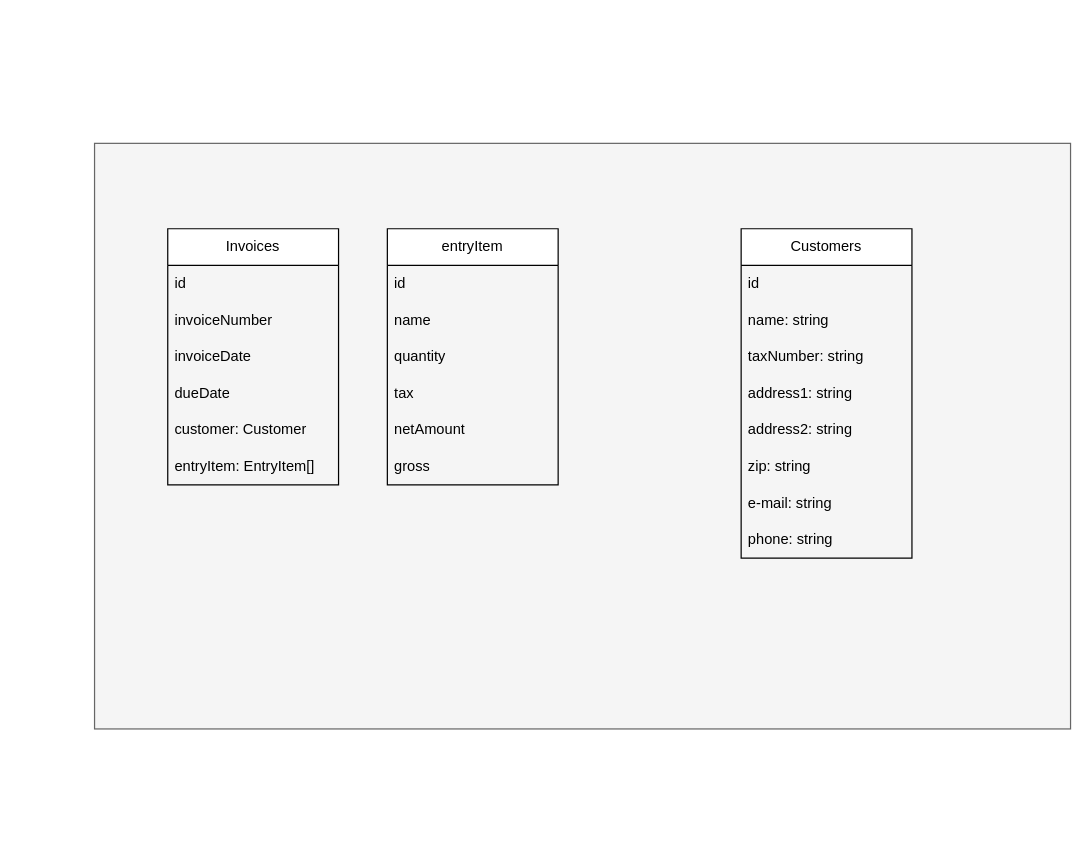
Earlier version of the draw.io diagram Efaktury24.drawio (terabajt/invoices2). Source tidied: cells renumbered, new cells numbered last; positions are measured from the earlier drawing's top-left corner, leaving out a move shared by most shapes. Both pictures are drawn from the tidied source at 122%, with x=0, y=0 at pixel (94, 143).
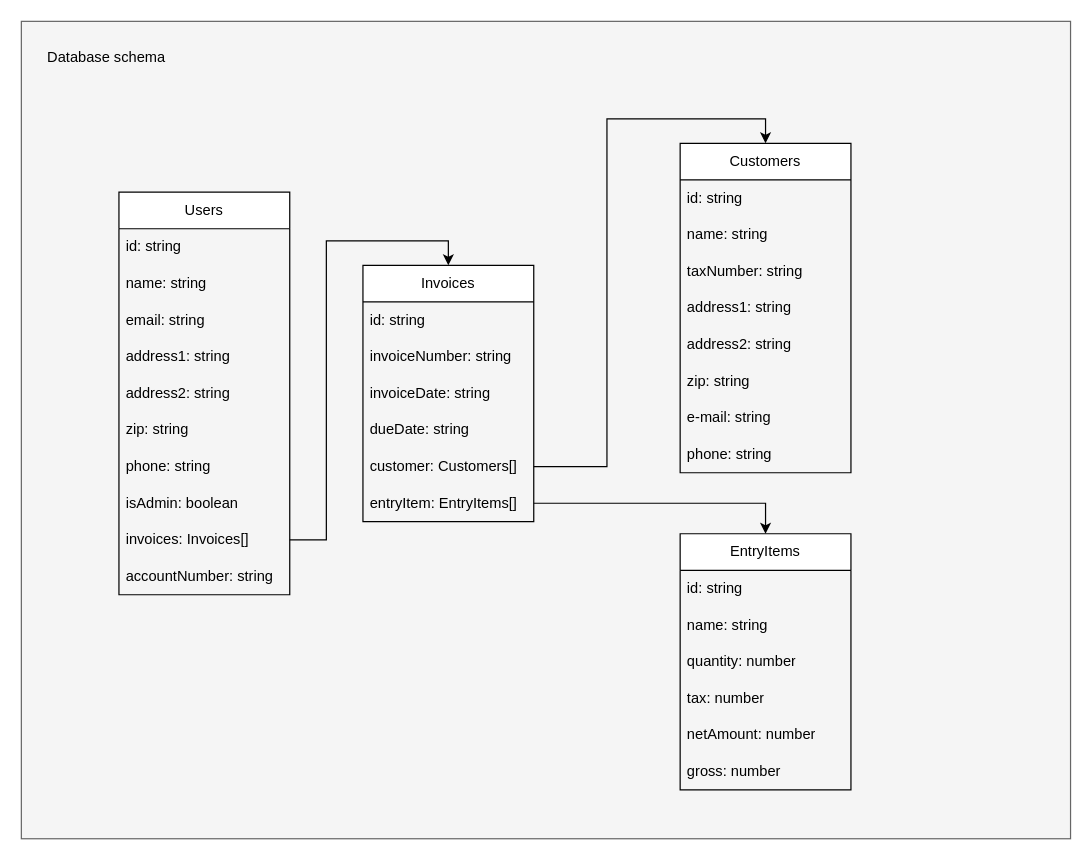
After the change.

Diff of the diagram source:
```diff
@@
     <mxCell id="2" style="rounded=0;whiteSpace=wrap;html=1;fillColor=#f5f5f5;strokeColor=#666666;fontColor=#333333;" parent="1" vertex="1">
-      <mxGeometry width="800" height="480" as="geometry" />
+      <mxGeometry x="-60" y="-100" width="860" height="670" as="geometry" />
     </mxCell>
     <mxCell id="3" value="Invoices" style="swimlane;fontStyle=0;horizontal=1;startSize=30;whiteSpace=wrap;html=1;" parent="1" vertex="1">
-      <mxGeometry x="60" y="70" width="140" height="210" as="geometry" />
+      <mxGeometry x="220" y="100" width="140" height="210" as="geometry" />
     </mxCell>
-    <mxCell id="4" value="id" style="text;strokeColor=none;fillColor=none;align=left;verticalAlign=middle;spacingLeft=4;spacingRight=4;overflow=hidden;whiteSpace=wrap;html=1;" parent="3" vertex="1">
+    <mxCell id="4" value="id: string" style="text;strokeColor=none;fillColor=none;align=left;verticalAlign=middle;spacingLeft=4;spacingRight=4;overflow=hidden;whiteSpace=wrap;html=1;" parent="3" vertex="1">
       <mxGeometry y="30" width="140" height="30" as="geometry" />
     </mxCell>
-    <mxCell id="5" value="invoiceNumber" style="text;strokeColor=none;fillColor=none;align=left;verticalAlign=middle;spacingLeft=4;spacingRight=4;overflow=hidden;whiteSpace=wrap;html=1;" parent="3" vertex="1">
+    <mxCell id="5" value="invoiceNumber: string" style="text;strokeColor=none;fillColor=none;align=left;verticalAlign=middle;spacingLeft=4;spacingRight=4;overflow=hidden;whiteSpace=wrap;html=1;" parent="3" vertex="1">
       <mxGeometry y="60" width="140" height="30" as="geometry" />
     </mxCell>
-    <mxCell id="6" value="invoiceDate" style="text;strokeColor=none;fillColor=none;align=left;verticalAlign=middle;spacingLeft=4;spacingRight=4;overflow=hidden;whiteSpace=wrap;html=1;" parent="3" vertex="1">
+    <mxCell id="6" value="invoiceDate: string" style="text;strokeColor=none;fillColor=none;align=left;verticalAlign=middle;spacingLeft=4;spacingRight=4;overflow=hidden;whiteSpace=wrap;html=1;" parent="3" vertex="1">
       <mxGeometry y="90" width="140" height="30" as="geometry" />
     </mxCell>
-    <mxCell id="7" value="dueDate" style="text;strokeColor=none;fillColor=none;align=left;verticalAlign=middle;spacingLeft=4;spacingRight=4;overflow=hidden;whiteSpace=wrap;html=1;" parent="3" vertex="1">
+    <mxCell id="7" value="dueDate: string" style="text;strokeColor=none;fillColor=none;align=left;verticalAlign=middle;spacingLeft=4;spacingRight=4;overflow=hidden;whiteSpace=wrap;html=1;" parent="3" vertex="1">
       <mxGeometry y="120" width="140" height="30" as="geometry" />
     </mxCell>
-    <mxCell id="8" value="customer: Customer" style="text;strokeColor=none;fillColor=none;align=left;verticalAlign=middle;spacingLeft=4;spacingRight=4;overflow=hidden;points=[[0,0.5],[1,0.5]];portConstraint=eastwest;whiteSpace=wrap;html=1;" parent="3" vertex="1">
+    <mxCell id="8" value="customer: Customers[]" style="text;strokeColor=none;fillColor=none;align=left;verticalAlign=middle;spacingLeft=4;spacingRight=4;overflow=hidden;points=[[0,0.5],[1,0.5]];portConstraint=eastwest;whiteSpace=wrap;html=1;" parent="3" vertex="1">
       <mxGeometry y="150" width="140" height="30" as="geometry" />
     </mxCell>
-    <mxCell id="9" value="entryItem: EntryItem[]" style="text;strokeColor=none;fillColor=none;align=left;verticalAlign=middle;spacingLeft=4;spacingRight=4;overflow=hidden;points=[[0,0.5],[1,0.5]];portConstraint=eastwest;whiteSpace=wrap;html=1;" parent="3" vertex="1">
+    <mxCell id="9" value="entryItem: EntryItems[]" style="text;strokeColor=none;fillColor=none;align=left;verticalAlign=middle;spacingLeft=4;spacingRight=4;overflow=hidden;points=[[0,0.5],[1,0.5]];portConstraint=eastwest;whiteSpace=wrap;html=1;" parent="3" vertex="1">
       <mxGeometry y="180" width="140" height="30" as="geometry" />
     </mxCell>
     <mxCell id="10" value="Customers" style="swimlane;fontStyle=0;horizontal=1;startSize=30;whiteSpace=wrap;html=1;" parent="1" vertex="1">
-      <mxGeometry x="530" y="70" width="140" height="270" as="geometry" />
+      <mxGeometry x="480" width="140" height="270" as="geometry" />
     </mxCell>
-    <mxCell id="11" value="id" style="text;strokeColor=none;fillColor=none;align=left;verticalAlign=middle;spacingLeft=4;spacingRight=4;overflow=hidden;whiteSpace=wrap;html=1;" parent="10" vertex="1">
+    <mxCell id="11" value="id: string" style="text;strokeColor=none;fillColor=none;align=left;verticalAlign=middle;spacingLeft=4;spacingRight=4;overflow=hidden;whiteSpace=wrap;html=1;" parent="10" vertex="1">
       <mxGeometry y="30" width="140" height="30" as="geometry" />
     </mxCell>
@@
+    <mxCell id="26" value="Users" style="swimlane;fontStyle=0;horizontal=1;startSize=30;whiteSpace=wrap;html=1;" parent="1" vertex="1">
+      <mxGeometry x="20" y="40" width="140" height="330" as="geometry" />
+    </mxCell>
+    <mxCell id="27" value="id: string" style="text;strokeColor=none;fillColor=none;align=left;verticalAlign=middle;spacingLeft=4;spacingRight=4;overflow=hidden;whiteSpace=wrap;html=1;" parent="26" vertex="1">
+      <mxGeometry y="30" width="140" height="30" as="geometry" />
+    </mxCell>
+    <mxCell id="28" value="name: string" style="text;strokeColor=none;fillColor=none;align=left;verticalAlign=middle;spacingLeft=4;spacingRight=4;overflow=hidden;whiteSpace=wrap;html=1;" parent="26" vertex="1">
+      <mxGeometry y="60" width="140" height="30" as="geometry" />
+    </mxCell>
+    <mxCell id="29" value="email: string" style="text;strokeColor=none;fillColor=none;align=left;verticalAlign=middle;spacingLeft=4;spacingRight=4;overflow=hidden;whiteSpace=wrap;html=1;" parent="26" vertex="1">
+      <mxGeometry y="90" width="140" height="30" as="geometry" />
+    </mxCell>
+    <mxCell id="30" value="address1: string" style="text;strokeColor=none;fillColor=none;align=left;verticalAlign=middle;spacingLeft=4;spacingRight=4;overflow=hidden;whiteSpace=wrap;html=1;" parent="26" vertex="1">
+      <mxGeometry y="120" width="140" height="30" as="geometry" />
+    </mxCell>
+    <mxCell id="31" value="address2: string" style="text;strokeColor=none;fillColor=none;align=left;verticalAlign=middle;spacingLeft=4;spacingRight=4;overflow=hidden;whiteSpace=wrap;html=1;" parent="26" vertex="1">
+      <mxGeometry y="150" width="140" height="30" as="geometry" />
+    </mxCell>
+    <mxCell id="32" value="zip: string" style="text;strokeColor=none;fillColor=none;align=left;verticalAlign=middle;spacingLeft=4;spacingRight=4;overflow=hidden;whiteSpace=wrap;html=1;" parent="26" vertex="1">
+      <mxGeometry y="180" width="140" height="30" as="geometry" />
+    </mxCell>
+    <mxCell id="33" value="phone: string" style="text;strokeColor=none;fillColor=none;align=left;verticalAlign=middle;spacingLeft=4;spacingRight=4;overflow=hidden;whiteSpace=wrap;html=1;" parent="26" vertex="1">
+      <mxGeometry y="210" width="140" height="30" as="geometry" />
+    </mxCell>
+    <mxCell id="34" value="isAdmin: boolean" style="text;strokeColor=none;fillColor=none;align=left;verticalAlign=middle;spacingLeft=4;spacingRight=4;overflow=hidden;whiteSpace=wrap;html=1;" parent="26" vertex="1">
+      <mxGeometry y="240" width="140" height="30" as="geometry" />
+    </mxCell>
+    <mxCell id="35" value="invoices: Invoices[]" style="text;strokeColor=none;fillColor=none;align=left;verticalAlign=middle;spacingLeft=4;spacingRight=4;overflow=hidden;points=[[0,0.5],[1,0.5]];portConstraint=eastwest;whiteSpace=wrap;html=1;" parent="26" vertex="1">
+      <mxGeometry y="270" width="140" height="30" as="geometry" />
+    </mxCell>
+    <mxCell id="36" value="accountNumber: string" style="text;strokeColor=none;fillColor=none;align=left;verticalAlign=middle;spacingLeft=4;spacingRight=4;overflow=hidden;whiteSpace=wrap;html=1;" parent="26" vertex="1">
+      <mxGeometry y="300" width="140" height="30" as="geometry" />
+    </mxCell>
+    <mxCell id="37" style="edgeStyle=orthogonalEdgeStyle;rounded=0;jettySize=auto;html=1;exitX=1;exitY=0.5;exitDx=0;exitDy=0;entryX=0.5;entryY=0;entryDx=0;entryDy=0;" parent="1" edge="1" source="35" target="3">
+      <mxGeometry relative="1" as="geometry" />
+    </mxCell>
+    <mxCell id="38" style="edgeStyle=orthogonalEdgeStyle;rounded=0;jettySize=auto;html=1;exitX=1;exitY=0.5;exitDx=0;exitDy=0;entryX=0.5;entryY=0;entryDx=0;entryDy=0;" parent="1" edge="1" source="9" target="19">
+      <mxGeometry relative="1" as="geometry" />
+    </mxCell>
-    <mxCell id="19" value="entryItem" style="swimlane;fontStyle=0;horizontal=1;startSize=30;whiteSpace=wrap;html=1;" parent="1" vertex="1">
-      <mxGeometry x="240" y="70" width="140" height="210" as="geometry" />
+    <mxCell id="19" value="EntryItems" style="swimlane;fontStyle=0;horizontal=1;startSize=30;whiteSpace=wrap;html=1;" parent="1" vertex="1">
+      <mxGeometry x="480" y="320" width="140" height="210" as="geometry" />
     </mxCell>
-    <mxCell id="20" value="id" style="text;strokeColor=none;fillColor=none;align=left;verticalAlign=middle;spacingLeft=4;spacingRight=4;overflow=hidden;whiteSpace=wrap;html=1;" parent="19" vertex="1">
+    <mxCell id="20" value="id: string" style="text;strokeColor=none;fillColor=none;align=left;verticalAlign=middle;spacingLeft=4;spacingRight=4;overflow=hidden;whiteSpace=wrap;html=1;" parent="19" vertex="1">
       <mxGeometry y="30" width="140" height="30" as="geometry" />
     </mxCell>
-    <mxCell id="21" value="name" style="text;strokeColor=none;fillColor=none;align=left;verticalAlign=middle;spacingLeft=4;spacingRight=4;overflow=hidden;whiteSpace=wrap;html=1;" parent="19" vertex="1">
+    <mxCell id="21" value="name: string" style="text;strokeColor=none;fillColor=none;align=left;verticalAlign=middle;spacingLeft=4;spacingRight=4;overflow=hidden;whiteSpace=wrap;html=1;" parent="19" vertex="1">
       <mxGeometry y="60" width="140" height="30" as="geometry" />
     </mxCell>
-    <mxCell id="22" value="quantity" style="text;strokeColor=none;fillColor=none;align=left;verticalAlign=middle;spacingLeft=4;spacingRight=4;overflow=hidden;whiteSpace=wrap;html=1;" parent="19" vertex="1">
+    <mxCell id="22" value="quantity: number" style="text;strokeColor=none;fillColor=none;align=left;verticalAlign=middle;spacingLeft=4;spacingRight=4;overflow=hidden;whiteSpace=wrap;html=1;" parent="19" vertex="1">
       <mxGeometry y="90" width="140" height="30" as="geometry" />
     </mxCell>
-    <mxCell id="23" value="tax" style="text;strokeColor=none;fillColor=none;align=left;verticalAlign=middle;spacingLeft=4;spacingRight=4;overflow=hidden;whiteSpace=wrap;html=1;" parent="19" vertex="1">
+    <mxCell id="23" value="tax: number" style="text;strokeColor=none;fillColor=none;align=left;verticalAlign=middle;spacingLeft=4;spacingRight=4;overflow=hidden;whiteSpace=wrap;html=1;" parent="19" vertex="1">
       <mxGeometry y="120" width="140" height="30" as="geometry" />
     </mxCell>
-    <mxCell id="24" value="netAmount" style="text;strokeColor=none;fillColor=none;align=left;verticalAlign=middle;spacingLeft=4;spacingRight=4;overflow=hidden;whiteSpace=wrap;html=1;" parent="19" vertex="1">
+    <mxCell id="24" value="netAmount: number" style="text;strokeColor=none;fillColor=none;align=left;verticalAlign=middle;spacingLeft=4;spacingRight=4;overflow=hidden;whiteSpace=wrap;html=1;" parent="19" vertex="1">
       <mxGeometry y="150" width="140" height="30" as="geometry" />
     </mxCell>
-    <mxCell id="25" value="gross" style="text;strokeColor=none;fillColor=none;align=left;verticalAlign=middle;spacingLeft=4;spacingRight=4;overflow=hidden;whiteSpace=wrap;html=1;" parent="19" vertex="1">
+    <mxCell id="25" value="gross: number" style="text;strokeColor=none;fillColor=none;align=left;verticalAlign=middle;spacingLeft=4;spacingRight=4;overflow=hidden;whiteSpace=wrap;html=1;" parent="19" vertex="1">
       <mxGeometry y="180" width="140" height="30" as="geometry" />
     </mxCell>
+    <mxCell id="39" style="edgeStyle=orthogonalEdgeStyle;rounded=0;jettySize=auto;html=1;entryX=0.5;entryY=0;entryDx=0;entryDy=0;" parent="1" edge="1" source="8" target="10">
+      <mxGeometry relative="1" as="geometry" />
+    </mxCell>
+    <mxCell id="40" value="Database schema" style="text;html=1;strokeColor=none;fillColor=none;align=center;verticalAlign=middle;whiteSpace=wrap;rounded=0;" parent="1" vertex="1">
+      <mxGeometry x="-40" y="-80" width="100" height="20" as="geometry" />
+    </mxCell>
```
